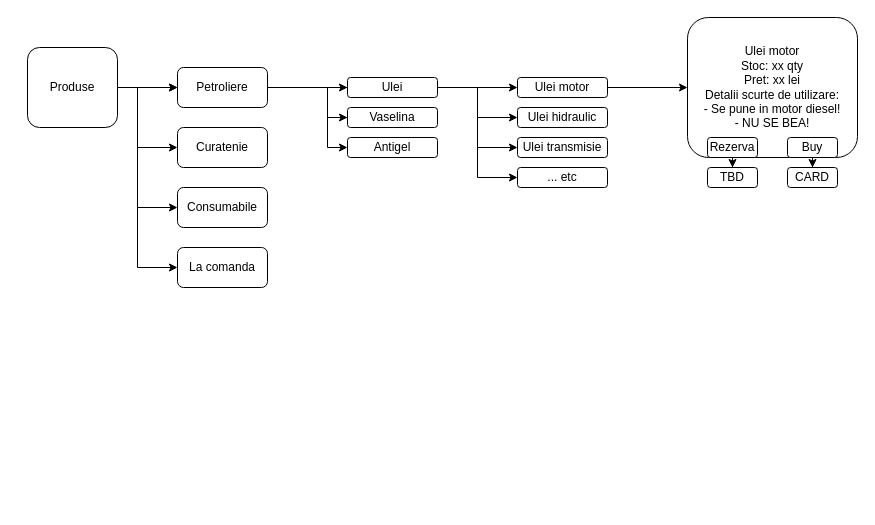
CucuJr/sda_proj keeps this draw.io diagram as Diagram.drawio. Above is the earlier version. Source tidied: cells renumbered, new cells numbered last; positions are measured from the earlier drawing's top-left corner, leaving out a move shared by most shapes. Both pictures are drawn from the tidied source at 100%, with x=0, y=0 at pixel (27, 17).
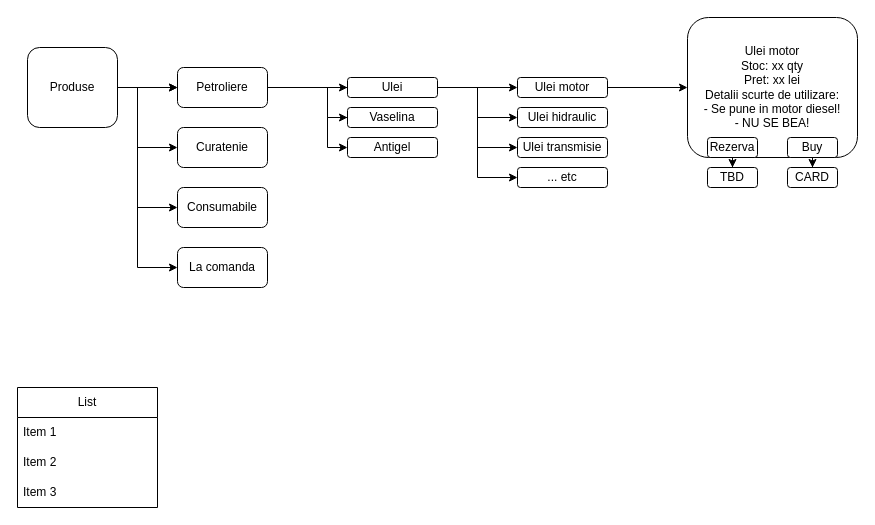
The same diagram, later.

Change to the diagram source:
```diff
@@
+    <mxCell id="34" value="List" style="swimlane;fontStyle=0;horizontal=1;startSize=30;whiteSpace=wrap;html=1;" parent="1" vertex="1">
+      <mxGeometry x="-10" y="370" width="140" height="120" as="geometry" />
+    </mxCell>
+    <mxCell id="35" value="Item 1" style="text;strokeColor=none;fillColor=none;align=left;verticalAlign=middle;spacingLeft=4;spacingRight=4;overflow=hidden;whiteSpace=wrap;html=1;" parent="34" vertex="1">
+      <mxGeometry y="30" width="140" height="30" as="geometry" />
+    </mxCell>
+    <mxCell id="36" value="Item 2" style="text;strokeColor=none;fillColor=none;align=left;verticalAlign=middle;spacingLeft=4;spacingRight=4;overflow=hidden;whiteSpace=wrap;html=1;" parent="34" vertex="1">
+      <mxGeometry y="60" width="140" height="30" as="geometry" />
+    </mxCell>
+    <mxCell id="37" value="Item 3" style="text;strokeColor=none;fillColor=none;align=left;verticalAlign=middle;spacingLeft=4;spacingRight=4;overflow=hidden;whiteSpace=wrap;html=1;" parent="34" vertex="1">
+      <mxGeometry y="90" width="140" height="30" as="geometry" />
+    </mxCell>
```
